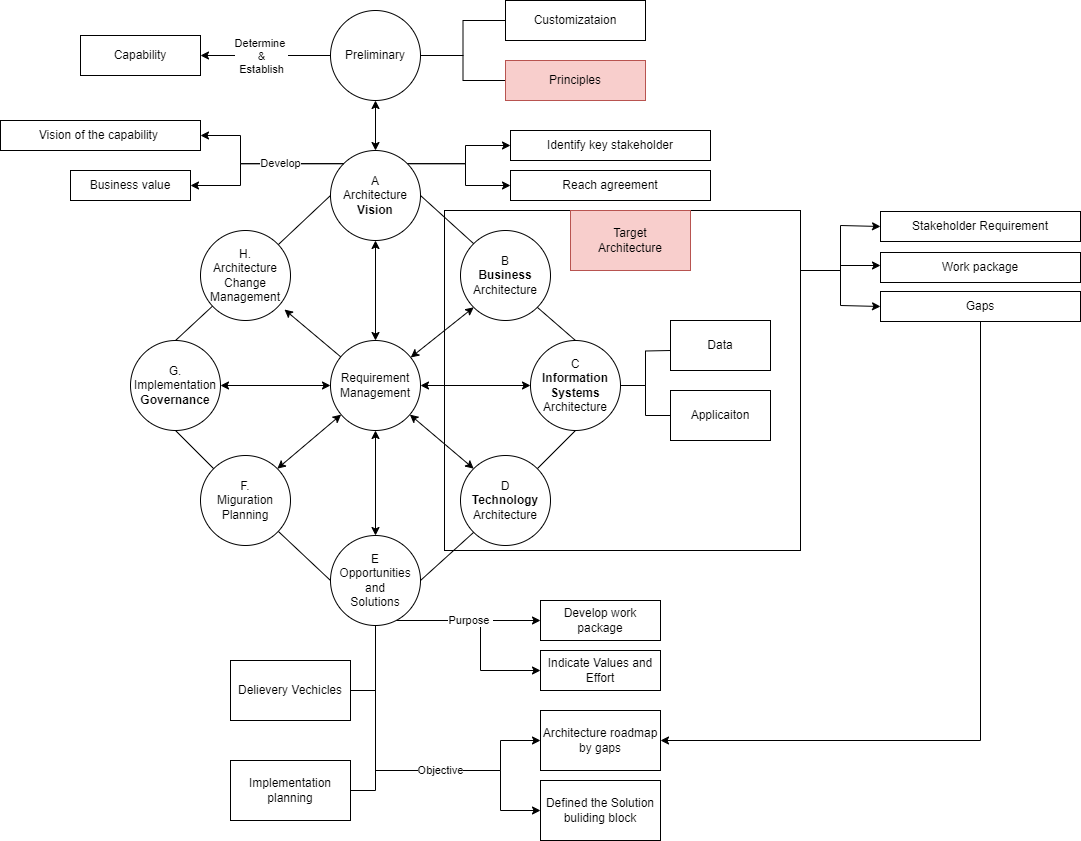
This is drawio/Togaf/adm.drawio.png from cmkam/architecture, a draw.io export, as it was before one commit. Source tidied: cells renumbered, new cells last; positions are measured from the earlier drawing's top-left corner, leaving out a move shared by most shapes.
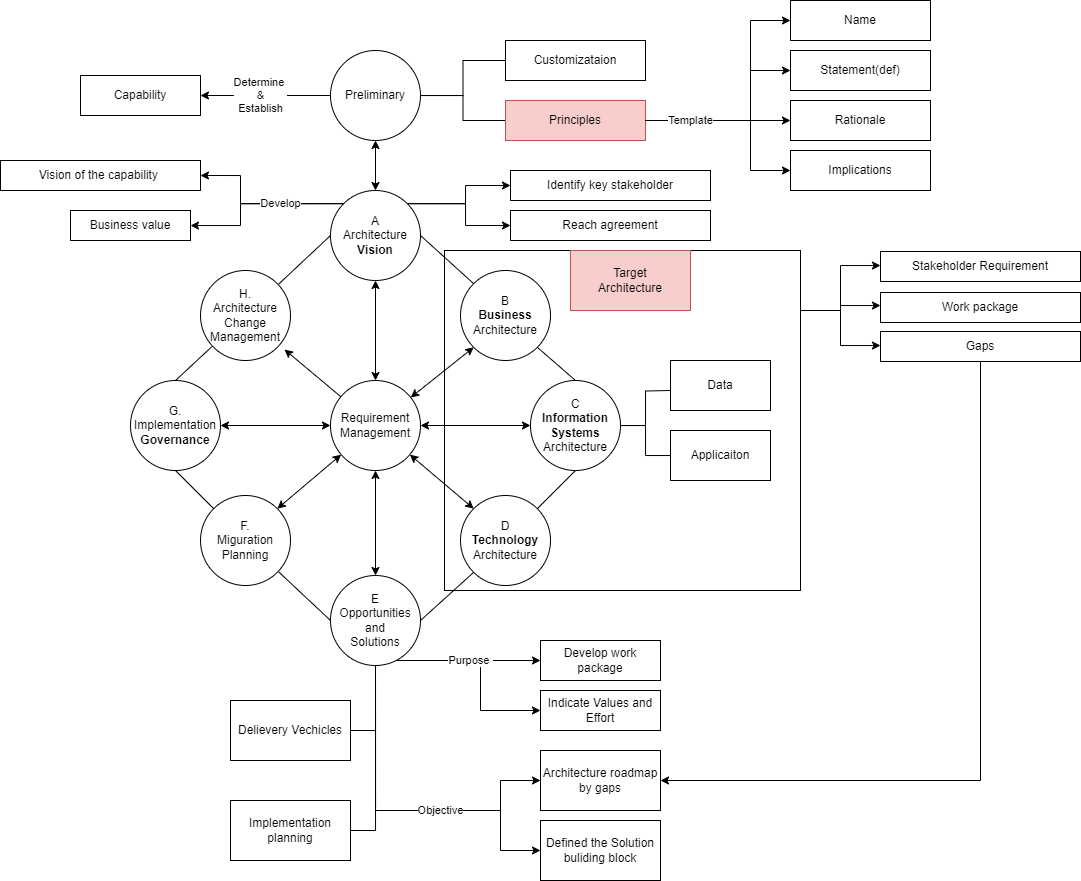
The same diagram one commit later.

The edit, as a diff of the source:
```diff
@@ -272,5 +272,44 @@
     <mxCell id="69" style="jettySize=auto;html=1;entryX=0;entryY=0;entryDx=0;entryDy=0;endArrow=none;endFill=0;rounded=0;exitX=1;exitY=0.5;exitDx=0;exitDy=0;" parent="14" edge="1" source="23" target="26">
       <mxGeometry relative="1" as="geometry" />
     </mxCell>
+    <mxCell id="70" value="Statement(def)" style="rounded=0;whiteSpace=wrap;html=1;" parent="14" vertex="1">
+      <mxGeometry x="790" y="10" width="140" height="40" as="geometry" />
+    </mxCell>
+    <mxCell id="71" value="Rationale" style="rounded=0;whiteSpace=wrap;html=1;" parent="14" vertex="1">
+      <mxGeometry x="790" y="60" width="140" height="40" as="geometry" />
+    </mxCell>
+    <mxCell id="72" value="Implications" style="rounded=0;whiteSpace=wrap;html=1;" parent="14" vertex="1">
+      <mxGeometry x="790" y="110" width="140" height="40" as="geometry" />
+    </mxCell>
+    <mxCell id="73" value="Name" style="rounded=0;whiteSpace=wrap;html=1;" parent="14" vertex="1">
+      <mxGeometry x="790" y="-40" width="140" height="40" as="geometry" />
+    </mxCell>
+    <mxCell id="74" style="edgeStyle=orthogonalEdgeStyle;rounded=0;jettySize=auto;html=1;" parent="14" edge="1" source="57" target="71">
+      <mxGeometry relative="1" as="geometry" />
+    </mxCell>
+    <mxCell id="75" style="edgeStyle=orthogonalEdgeStyle;rounded=0;jettySize=auto;html=1;" parent="14" edge="1" source="57" target="72">
+      <mxGeometry relative="1" as="geometry">
+        <Array as="points">
+          <mxPoint x="750" y="80" />
+          <mxPoint x="750" y="130" />
+        </Array>
+      </mxGeometry>
+    </mxCell>
+    <mxCell id="76" style="edgeStyle=orthogonalEdgeStyle;rounded=0;jettySize=auto;html=1;entryX=0;entryY=0.5;entryDx=0;entryDy=0;" parent="14" edge="1" source="57" target="73">
+      <mxGeometry x="-0.39" y="-20" relative="1" as="geometry">
+        <Array as="points">
+          <mxPoint x="750" y="80" />
+          <mxPoint x="750" y="-20" />
+        </Array>
+      </mxGeometry>
+    </mxCell>
+    <mxCell id="77" value="Template" style="edgeStyle=orthogonalEdgeStyle;rounded=0;jettySize=auto;html=1;entryX=0;entryY=0.5;entryDx=0;entryDy=0;" parent="14" edge="1" source="57" target="70">
+      <mxGeometry x="-0.54" relative="1" as="geometry">
+        <Array as="points">
+          <mxPoint x="750" y="80" />
+          <mxPoint x="750" y="30" />
+        </Array>
+      </mxGeometry>
+    </mxCell>
   </root>
 </mxGraphModel>
```
